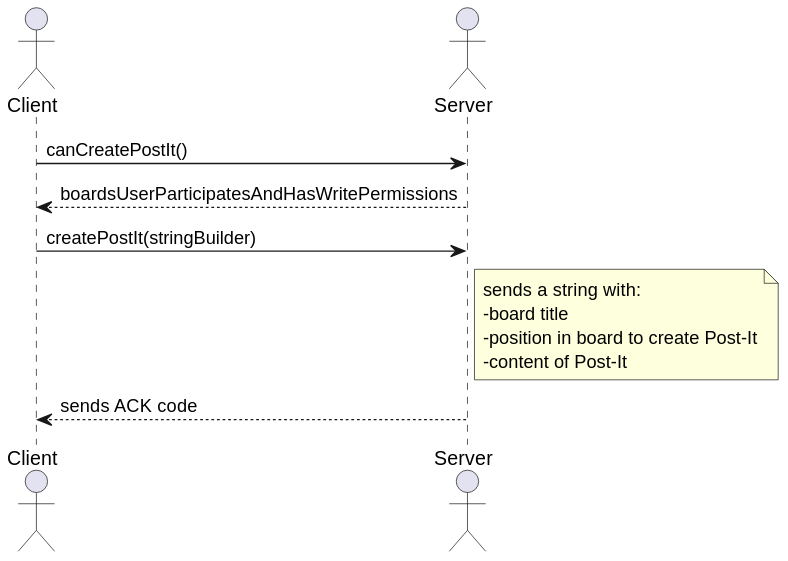
The PlantUML diagram docs/us_3006/SSD.svg in jovami/isep-lapr4, before a commit.
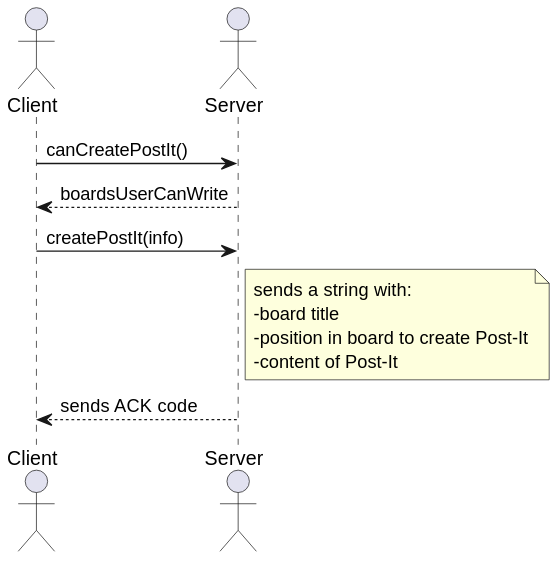
The same file after the commit.

Diff of the diagram source:
```diff
@@ -4,8 +4,8 @@
 
 
 client -> server : canCreatePostIt()
-client <-- server :boardsUserParticipatesAndHasWritePermissions
-client -> server : createPostIt(stringBuilder)
+client <-- server :boardsUserCanWrite
+client -> server : createPostIt(info)
 note right of server : sends a string with:\n-board title\n-position in board to create Post-It\n-content of Post-It
 client <-- server: sends ACK code
 @enduml
```
